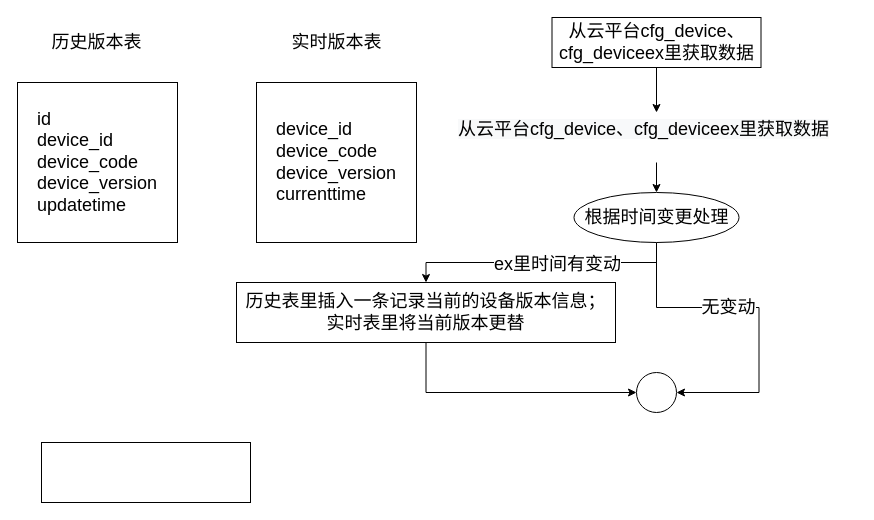
This is 2022.11/定时任务-保存版本.drawio from MxdGff/ImageStorge, a draw.io file, before an edit. Source tidied: cells renumbered, new cells numbered last; positions are measured from the earlier drawing's top-left corner, leaving out a move shared by most shapes. Both pictures are drawn from the tidied source at 100%, with x=0, y=0 at pixel (17, 17).
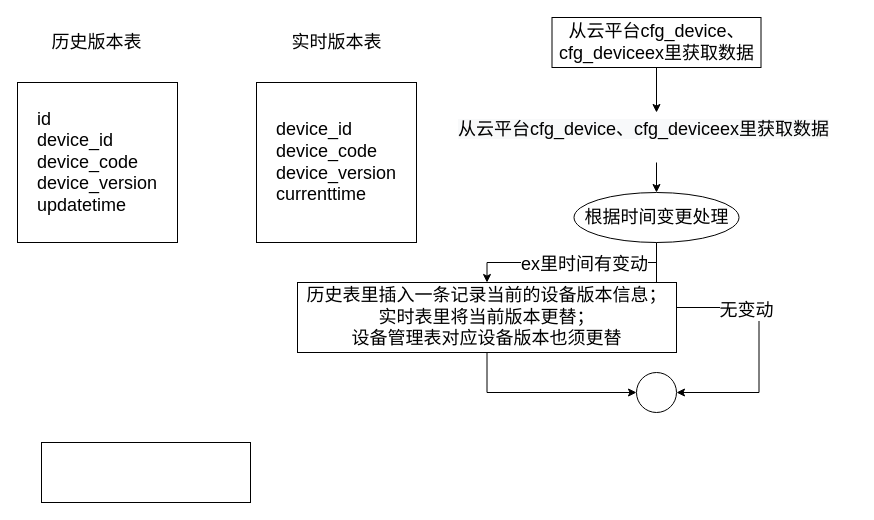
Above is the later version.

Commit message:
更新定时任务-保存版本.drawio

Change to the diagram source:
```diff
@@
 <mxGraphModel>
   <root>
     <mxCell id="0" />
     <mxCell id="1" parent="0" />
     <mxCell id="2" value="&lt;font style=&quot;font-size: 18px;&quot;&gt;历史版本表&lt;/font&gt;" style="text;html=1;align=center;verticalAlign=middle;strokeColor=none;fillColor=none;" parent="1" vertex="1">
       <mxGeometry x="24" y="5" width="110" height="40" as="geometry" />
     </mxCell>
     <mxCell id="3" value="&lt;font style=&quot;font-size: 18px;&quot;&gt;实时版本表&lt;/font&gt;" style="text;html=1;align=center;verticalAlign=middle;strokeColor=none;fillColor=none;" parent="1" vertex="1">
       <mxGeometry x="264" y="5" width="110" height="40" as="geometry" />
     </mxCell>
     <mxCell id="4" value="&lt;div style=&quot;text-align: justify;&quot;&gt;&lt;span style=&quot;background-color: initial;&quot;&gt;device_id&lt;/span&gt;&lt;/div&gt;&lt;div style=&quot;text-align: justify;&quot;&gt;&lt;span style=&quot;background-color: initial;&quot;&gt;device_code&lt;/span&gt;&lt;/div&gt;&lt;div style=&quot;text-align: justify;&quot;&gt;&lt;span style=&quot;background-color: initial;&quot;&gt;device_version&lt;/span&gt;&lt;/div&gt;&lt;div style=&quot;text-align: justify;&quot;&gt;&lt;span style=&quot;background-color: initial;&quot;&gt;currenttime&lt;/span&gt;&lt;/div&gt;" style="whiteSpace=wrap;html=1;fontSize=18;align=center;" parent="1" vertex="1">
       <mxGeometry x="239" y="65" width="160" height="160" as="geometry" />
     </mxCell>
     <mxCell id="5" value="&lt;div style=&quot;text-align: justify;&quot;&gt;&lt;span style=&quot;background-color: initial;&quot;&gt;id&lt;/span&gt;&lt;/div&gt;&lt;div style=&quot;text-align: justify;&quot;&gt;&lt;span style=&quot;background-color: initial;&quot;&gt;device_id&lt;/span&gt;&lt;/div&gt;&lt;div style=&quot;text-align: justify;&quot;&gt;&lt;span style=&quot;background-color: initial;&quot;&gt;device_code&lt;/span&gt;&lt;/div&gt;&lt;div style=&quot;text-align: justify;&quot;&gt;&lt;span style=&quot;background-color: initial;&quot;&gt;device_version&lt;/span&gt;&lt;/div&gt;&lt;div style=&quot;text-align: justify;&quot;&gt;&lt;span style=&quot;background-color: initial;&quot;&gt;updatetime&lt;/span&gt;&lt;/div&gt;" style="whiteSpace=wrap;html=1;fontSize=18;align=center;" parent="1" vertex="1">
       <mxGeometry y="65" width="160" height="160" as="geometry" />
     </mxCell>
     <mxCell id="6" style="edgeStyle=orthogonalEdgeStyle;rounded=0;jettySize=auto;html=1;exitX=0.5;exitY=1;exitDx=0;exitDy=0;fontFamily=Helvetica;fontSize=18;" parent="1" edge="1" source="7" target="9">
       <mxGeometry relative="1" as="geometry" />
     </mxCell>
     <mxCell id="7" value="从云平台cfg_device、cfg_deviceex里获取数据" style="rounded=0;whiteSpace=wrap;html=1;fontSize=18;" parent="1" vertex="1">
       <mxGeometry x="534.5" width="209" height="50" as="geometry" />
     </mxCell>
     <mxCell id="8" style="edgeStyle=orthogonalEdgeStyle;rounded=0;jettySize=auto;html=1;fontFamily=Helvetica;fontSize=18;" parent="1" edge="1" source="9" target="14">
       <mxGeometry relative="1" as="geometry" />
     </mxCell>
     <mxCell id="9" value="&lt;span style=&quot;color: rgb(0, 0, 0); font-size: 18px; font-style: normal; font-variant-ligatures: normal; font-variant-caps: normal; font-weight: 400; letter-spacing: normal; orphans: 2; text-align: center; text-indent: 0px; text-transform: none; widows: 2; word-spacing: 0px; -webkit-text-stroke-width: 0px; background-color: rgb(248, 249, 250); text-decoration-thickness: initial; text-decoration-style: initial; text-decoration-color: initial; float: none; display: inline !important;&quot;&gt;从云平台cfg_device、cfg_deviceex里获取数据&lt;/span&gt;" style="text;whiteSpace=wrap;html=1;fontSize=18;" parent="1" vertex="1">
       <mxGeometry x="439" y="95" width="400" height="50" as="geometry" />
     </mxCell>
     <mxCell id="10" style="edgeStyle=orthogonalEdgeStyle;rounded=0;jettySize=auto;html=1;exitX=0.5;exitY=1;exitDx=0;exitDy=0;fontFamily=Helvetica;fontSize=18;" parent="1" edge="1" source="14" target="17">
       <mxGeometry relative="1" as="geometry" />
     </mxCell>
     <mxCell id="11" value="ex里时间有变动" style="edgeLabel;html=1;align=center;verticalAlign=middle;fontSize=18;fontFamily=Helvetica;" parent="10" vertex="1">
       <mxGeometry x="-0.11" y="1" relative="1" as="geometry" />
     </mxCell>
     <mxCell id="12" style="edgeStyle=orthogonalEdgeStyle;rounded=0;jettySize=auto;html=1;exitX=0.5;exitY=1;exitDx=0;exitDy=0;entryX=1;entryY=0.5;entryDx=0;entryDy=0;fontFamily=Helvetica;fontSize=18;" parent="1" edge="1" source="14" target="15">
       <mxGeometry relative="1" as="geometry" />
     </mxCell>
     <mxCell id="13" value="无变动" style="edgeLabel;html=1;align=center;verticalAlign=middle;fontSize=18;fontFamily=Helvetica;" parent="12" vertex="1">
-      <mxGeometry x="-0.19" y="1" relative="1" as="geometry" />
+      <mxGeometry x="-0.08" y="-2" relative="1" as="geometry" />
     </mxCell>
     <mxCell id="14" value="根据时间变更处理" style="ellipse;whiteSpace=wrap;html=1;fontSize=18;" parent="1" vertex="1">
       <mxGeometry x="556.5" y="175" width="165" height="50" as="geometry" />
     </mxCell>
     <mxCell id="15" style="ellipse;whiteSpace=wrap;html=1;fontSize=18;" parent="1" vertex="1">
       <mxGeometry x="619" y="355" width="40" height="40" as="geometry" />
     </mxCell>
     <mxCell id="16" style="edgeStyle=orthogonalEdgeStyle;rounded=0;jettySize=auto;html=1;exitX=0.5;exitY=1;exitDx=0;exitDy=0;entryX=0;entryY=0.5;entryDx=0;entryDy=0;fontFamily=Helvetica;fontSize=18;" parent="1" edge="1" source="17" target="15">
       <mxGeometry relative="1" as="geometry" />
     </mxCell>
-    <mxCell id="17" value="历史表里插入一条记录当前的设备版本信息；&lt;br&gt;实时表里将当前版本更替" style="rounded=0;whiteSpace=wrap;html=1;fontSize=18;" parent="1" vertex="1">
-      <mxGeometry x="219" y="265" width="379" height="60" as="geometry" />
+    <mxCell id="17" value="历史表里插入一条记录当前的设备版本信息；&lt;br&gt;实时表里将当前版本更替；&lt;br&gt;设备管理表对应设备版本也须更替" style="rounded=0;whiteSpace=wrap;html=1;fontSize=18;" parent="1" vertex="1">
+      <mxGeometry x="280" y="265" width="379" height="70" as="geometry" />
     </mxCell>
     <mxCell id="18" style="rounded=0;whiteSpace=wrap;html=1;fontSize=18;" parent="1" vertex="1">
       <mxGeometry x="24" y="425" width="209" height="60" as="geometry" />
     </mxCell>
   </root>
 </mxGraphModel>
```
